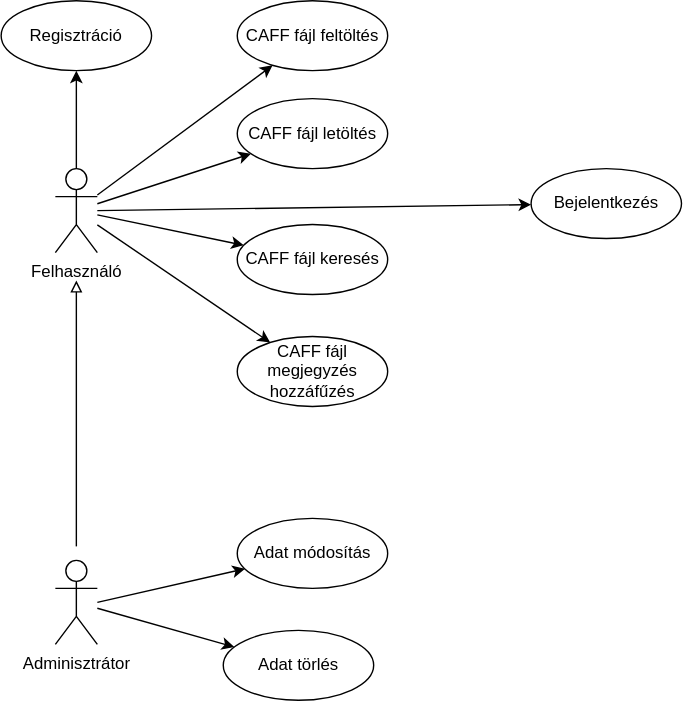
Before: Pictures/Use_Case.svg, a diagram exported from draw.io (Fylota/hagyma_crysys). Source tidied: cells renumbered, new cells last; positions are measured from the earlier drawing's top-left corner, leaving out a move shared by most shapes.
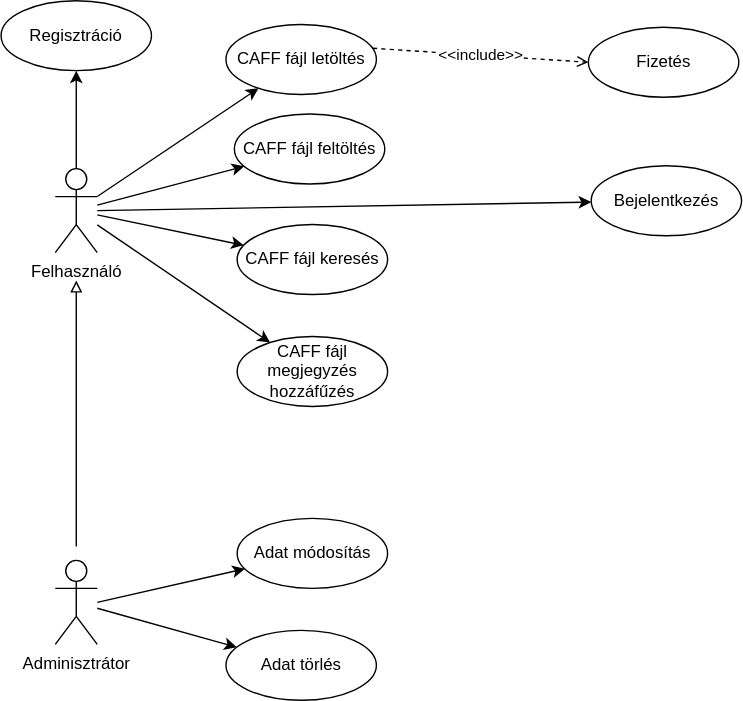
The same file after the commit.

What changed in the source:
```diff
@@ -9,16 +9,16 @@
       <mxGeometry x="39" y="400" width="30" height="60" as="geometry" />
     </mxCell>
     <mxCell id="4" value="Bejelentkezés" style="ellipse;whiteSpace=wrap;html=1;" parent="1" vertex="1">
-      <mxGeometry x="379" y="120" width="107.5" height="50" as="geometry" />
+      <mxGeometry x="422" y="118" width="107.5" height="50" as="geometry" />
     </mxCell>
     <mxCell id="5" value="Regisztráció" style="ellipse;whiteSpace=wrap;html=1;" parent="1" vertex="1">
       <mxGeometry x="0.2" width="107.5" height="50" as="geometry" />
     </mxCell>
     <mxCell id="6" value="CAFF fájl feltöltés" style="ellipse;whiteSpace=wrap;html=1;" parent="1" vertex="1">
-      <mxGeometry x="169" width="107.5" height="50" as="geometry" />
+      <mxGeometry x="167" y="81" width="107.5" height="50" as="geometry" />
     </mxCell>
     <mxCell id="7" value="CAFF fájl letöltés" style="ellipse;whiteSpace=wrap;html=1;" parent="1" vertex="1">
-      <mxGeometry x="169" y="70" width="107.5" height="50" as="geometry" />
+      <mxGeometry x="161" y="17" width="107.5" height="50" as="geometry" />
     </mxCell>
     <mxCell id="8" value="CAFF fájl keresés" style="ellipse;whiteSpace=wrap;html=1;" parent="1" vertex="1">
       <mxGeometry x="169" y="160" width="107.5" height="50" as="geometry" />
@@ -30,7 +30,7 @@
       <mxGeometry x="169" y="370" width="107.5" height="50" as="geometry" />
     </mxCell>
     <mxCell id="11" value="Adat törlés" style="ellipse;whiteSpace=wrap;html=1;" parent="1" vertex="1">
-      <mxGeometry x="159" y="450" width="107.5" height="50" as="geometry" />
+      <mxGeometry x="161" y="450" width="107.5" height="50" as="geometry" />
     </mxCell>
     <mxCell id="12" style="endArrow=classic;html=1;rounded=0;" parent="1" edge="1" source="2" target="6">
       <mxGeometry relative="1" as="geometry" />
@@ -66,5 +66,11 @@
         <mxPoint x="54" y="200" as="targetPoint" />
       </mxGeometry>
     </mxCell>
+    <mxCell id="21" value="Fizetés" style="ellipse;whiteSpace=wrap;html=1;" parent="1" vertex="1">
+      <mxGeometry x="420" y="19" width="107.5" height="50" as="geometry" />
+    </mxCell>
+    <mxCell id="22" value="&amp;lt;&amp;lt;include&amp;gt;&amp;gt;" style="endArrow=open;html=1;rounded=0;endFill=0;dashed=1;entryX=0;entryY=0.5;entryDx=0;entryDy=0;exitX=0.977;exitY=0.34;exitDx=0;exitDy=0;exitPerimeter=0;" parent="1" edge="1" source="7" target="21">
+      <mxGeometry relative="1" as="geometry" />
+    </mxCell>
   </root>
 </mxGraphModel>
```
